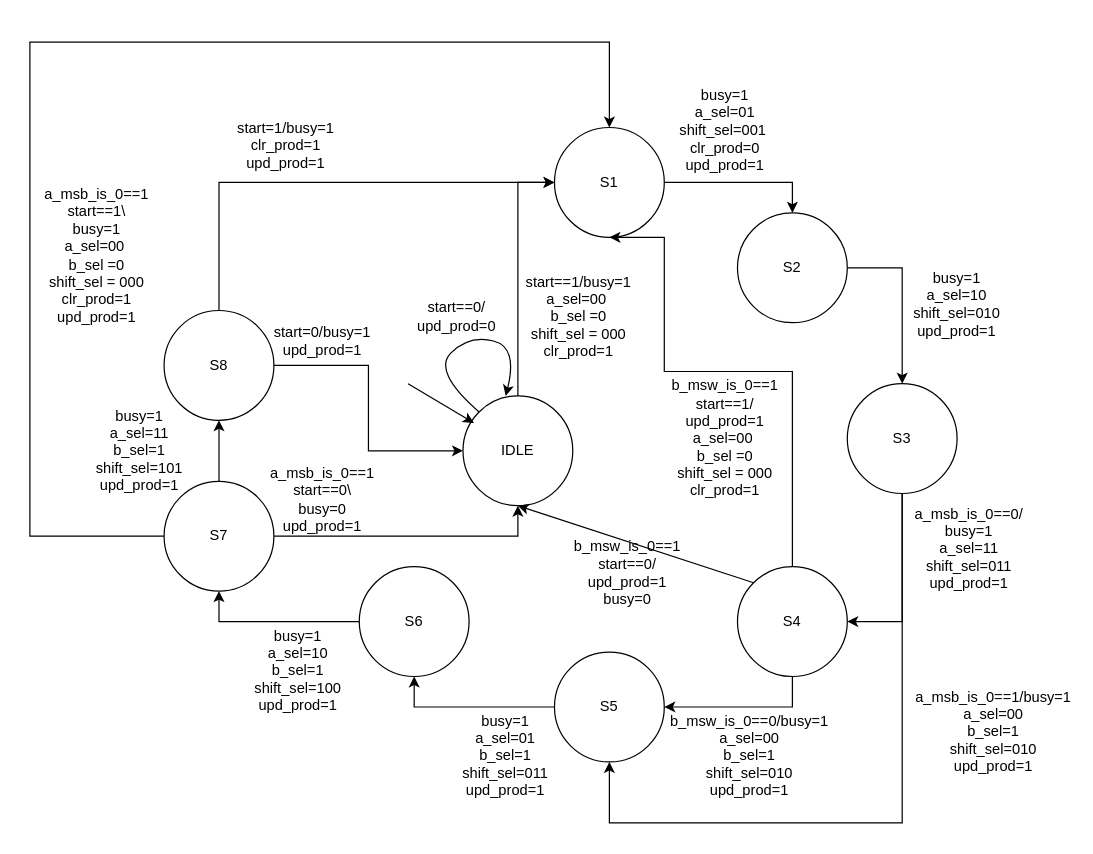
Before: page "Copy of Page-1" (2 of 2) of Untitled Diagram.drawio in lioriky6/lioriky6, a draw.io diagram. Source tidied: cells renumbered, new cells numbered last; positions are measured from the earlier drawing's top-left corner, leaving out a move shared by most shapes. Both pictures are drawn from the tidied source at 122%, with x=0, y=0 at pixel (29, 41).
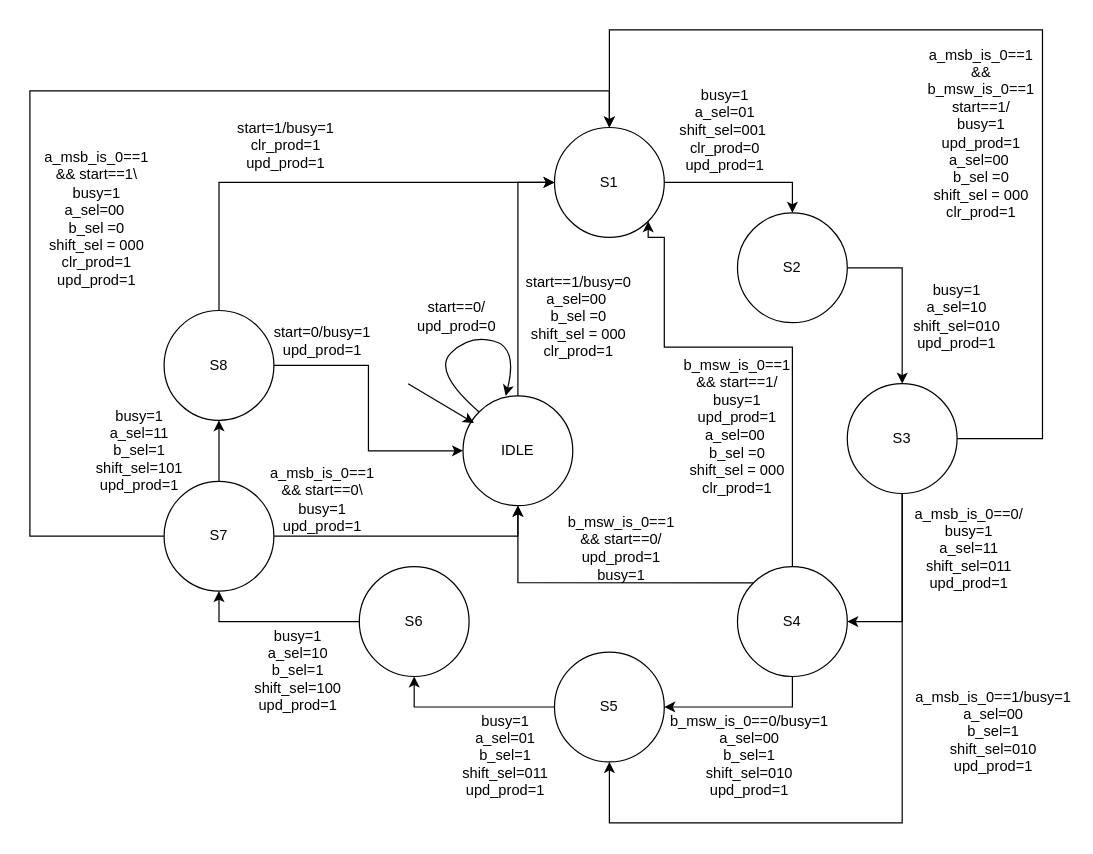
The same page after the edit.

The change refers to these unchanged cells:
```xml
<mxCell id="3" value="IDLE" style="ellipse;whiteSpace=wrap;html=1;" parent="1" vertex="1">
  <mxGeometry x="355" y="290" width="90" height="90" as="geometry" />
</mxCell>
<mxCell id="5" value="S1" style="ellipse;whiteSpace=wrap;html=1;" parent="1" vertex="1">
  <mxGeometry x="430" y="70" width="90" height="90" as="geometry" />
</mxCell>
<mxCell id="14" value="S4" style="ellipse;whiteSpace=wrap;html=1;" parent="1" vertex="1">
  <mxGeometry x="580" y="430" width="90" height="90" as="geometry" />
</mxCell>
<mxCell id="21" value="S7" style="ellipse;whiteSpace=wrap;html=1;" parent="1" vertex="1">
  <mxGeometry x="110" y="360" width="90" height="90" as="geometry" />
</mxCell>
<mxCell id="24" value="S3" style="ellipse;whiteSpace=wrap;html=1;" parent="1" vertex="1">
  <mxGeometry x="670" y="280" width="90" height="90" as="geometry" />
</mxCell>
```

Diff of the diagram source:
```diff
@@
-    <mxCell id="13" style="edgeStyle=orthogonalEdgeStyle;rounded=0;jettySize=auto;html=1;exitX=0.5;exitY=0;exitDx=0;exitDy=0;entryX=0.5;entryY=1;entryDx=0;entryDy=0;" parent="1" edge="1" source="14" target="5">
+    <mxCell id="13" style="edgeStyle=orthogonalEdgeStyle;rounded=0;jettySize=auto;html=1;exitX=0.5;exitY=0;exitDx=0;exitDy=0;entryX=1;entryY=1;entryDx=0;entryDy=0;" parent="1" edge="1" source="14" target="5">
       <mxGeometry relative="1" as="geometry">
         <Array as="points">
-          <mxPoint x="625" y="270" />
-          <mxPoint x="520" y="270" />
+          <mxPoint x="625" y="250" />
+          <mxPoint x="520" y="250" />
           <mxPoint x="520" y="160" />
+          <mxPoint x="507" y="160" />
         </Array>
       </mxGeometry>
     </mxCell>
@@
     <mxCell id="20" style="edgeStyle=orthogonalEdgeStyle;rounded=0;jettySize=auto;html=1;exitX=0;exitY=0.5;exitDx=0;exitDy=0;entryX=0.5;entryY=0;entryDx=0;entryDy=0;" parent="1" edge="1" source="21" target="5">
       <mxGeometry relative="1" as="geometry">
         <Array as="points">
           <mxPoint y="405" />
-          <mxPoint />
-          <mxPoint x="475" />
+          <mxPoint y="40" />
+          <mxPoint x="475" y="40" />
         </Array>
       </mxGeometry>
     </mxCell>
@@
+    <mxCell id="44" style="edgeStyle=orthogonalEdgeStyle;rounded=0;jettySize=auto;html=1;entryX=0.5;entryY=0;entryDx=0;entryDy=0;exitX=1;exitY=0.5;exitDx=0;exitDy=0;" parent="1" edge="1" source="24" target="5">
+      <mxGeometry relative="1" as="geometry">
+        <Array as="points">
+          <mxPoint x="830" y="325" />
+          <mxPoint x="830" y="-10" />
+          <mxPoint x="475" y="-10" />
+        </Array>
+      </mxGeometry>
+    </mxCell>
@@
-    <mxCell id="27" value="start==1/busy=1&lt;div&gt;a_sel=00&amp;nbsp;&lt;/div&gt;&lt;div&gt;&lt;span style=&quot;background-color: transparent; color: light-dark(rgb(0, 0, 0), rgb(255, 255, 255));&quot;&gt;b_sel =0&lt;/span&gt;&lt;/div&gt;&lt;div&gt;shift_sel = 000&lt;/div&gt;&lt;div&gt;clr_prod=1&lt;/div&gt;" style="text;html=1;align=center;verticalAlign=middle;whiteSpace=wrap;rounded=0;" parent="1" vertex="1">
+    <mxCell id="27" value="start==1/busy=0&lt;div&gt;a_sel=00&amp;nbsp;&lt;/div&gt;&lt;div&gt;&lt;span style=&quot;background-color: transparent; color: light-dark(rgb(0, 0, 0), rgb(255, 255, 255));&quot;&gt;b_sel =0&lt;/span&gt;&lt;/div&gt;&lt;div&gt;shift_sel = 000&lt;/div&gt;&lt;div&gt;clr_prod=1&lt;/div&gt;" style="text;html=1;align=center;verticalAlign=middle;whiteSpace=wrap;rounded=0;" parent="1" vertex="1">
       <mxGeometry x="395" y="210" width="110" height="30" as="geometry" />
     </mxCell>
@@
     <mxCell id="29" value="&lt;div&gt;busy=1&lt;/div&gt;&lt;div&gt;a_sel=10&lt;/div&gt;&lt;div&gt;shift_sel=010&lt;/div&gt;&lt;div&gt;upd_prod=1&lt;/div&gt;" style="text;html=1;align=center;verticalAlign=middle;whiteSpace=wrap;rounded=0;" parent="1" vertex="1">
-      <mxGeometry x="730" y="200" width="60" height="30" as="geometry" />
+      <mxGeometry x="730" y="210" width="60" height="30" as="geometry" />
     </mxCell>
@@
     <mxCell id="37" style="endArrow=classic;html=1;rounded=0;exitX=0;exitY=0;exitDx=0;exitDy=0;entryX=0.5;entryY=1;entryDx=0;entryDy=0;" parent="1" edge="1" source="14" target="3">
-      <mxGeometry relative="1" as="geometry" />
+      <mxGeometry relative="1" as="geometry">
+        <Array as="points">
+          <mxPoint x="400" y="443" />
+        </Array>
+      </mxGeometry>
     </mxCell>
-    <mxCell id="38" value="b_msw_is_0==1 start==0/&lt;div&gt;upd_prod=1&lt;/div&gt;&lt;div&gt;busy=0&lt;/div&gt;" style="text;html=1;align=center;verticalAlign=middle;whiteSpace=wrap;rounded=0;" parent="1" vertex="1">
-      <mxGeometry x="460" y="420" width="60" height="30" as="geometry" />
+    <mxCell id="38" value="b_msw_is_0==1 &amp;amp;&amp;amp; start==0/&lt;div&gt;upd_prod=1&lt;/div&gt;&lt;div&gt;busy=1&lt;/div&gt;" style="text;html=1;align=center;verticalAlign=middle;whiteSpace=wrap;rounded=0;" parent="1" vertex="1">
+      <mxGeometry x="450" y="400" width="70" height="30" as="geometry" />
     </mxCell>
-    <mxCell id="39" value="b_msw_is_0==1 start==1/&lt;div&gt;upd_prod=1&lt;/div&gt;&lt;div&gt;&lt;div&gt;a_sel=00&amp;nbsp;&lt;/div&gt;&lt;div&gt;&lt;span style=&quot;background-color: transparent; color: light-dark(rgb(0, 0, 0), rgb(255, 255, 255));&quot;&gt;b_sel =0&lt;/span&gt;&lt;/div&gt;&lt;div&gt;shift_sel = 000&lt;/div&gt;&lt;div&gt;clr_prod=1&lt;/div&gt;&lt;/div&gt;" style="text;html=1;align=center;verticalAlign=middle;whiteSpace=wrap;rounded=0;" parent="1" vertex="1">
-      <mxGeometry x="540" y="310" width="60" height="30" as="geometry" />
+    <mxCell id="39" value="b_msw_is_0==1 &amp;amp;&amp;amp; start==1/&lt;div&gt;busy=1&lt;br&gt;&lt;div&gt;upd_prod=1&lt;/div&gt;&lt;div&gt;&lt;div&gt;a_sel=00&amp;nbsp;&lt;/div&gt;&lt;div&gt;&lt;span style=&quot;background-color: transparent; color: light-dark(rgb(0, 0, 0), rgb(255, 255, 255));&quot;&gt;b_sel =0&lt;/span&gt;&lt;/div&gt;&lt;div&gt;shift_sel = 000&lt;/div&gt;&lt;div&gt;clr_prod=1&lt;/div&gt;&lt;/div&gt;&lt;/div&gt;" style="text;html=1;align=center;verticalAlign=middle;whiteSpace=wrap;rounded=0;" parent="1" vertex="1">
+      <mxGeometry x="540" y="300" width="80" height="30" as="geometry" />
     </mxCell>
@@
-    <mxCell id="41" value="a_msb_is_0==1&lt;div&gt;start==0\&lt;div&gt;busy=0&lt;/div&gt;&lt;div&gt;upd_prod=1&lt;/div&gt;&lt;/div&gt;" style="text;html=1;align=center;verticalAlign=middle;whiteSpace=wrap;rounded=0;" parent="1" vertex="1">
-      <mxGeometry x="210" y="360" width="60" height="30" as="geometry" />
+    <mxCell id="41" value="a_msb_is_0==1&lt;div&gt;&amp;amp;&amp;amp; start==0\&lt;div&gt;busy=1&lt;/div&gt;&lt;div&gt;upd_prod=1&lt;/div&gt;&lt;/div&gt;" style="text;html=1;align=center;verticalAlign=middle;whiteSpace=wrap;rounded=0;" parent="1" vertex="1">
+      <mxGeometry x="200" y="360" width="80" height="30" as="geometry" />
     </mxCell>
-    <mxCell id="42" value="a_msb_is_0==1&lt;div&gt;start==1\&lt;div&gt;busy=1&lt;div&gt;a_sel=00&amp;nbsp;&lt;/div&gt;&lt;div&gt;&lt;span style=&quot;background-color: transparent; color: light-dark(rgb(0, 0, 0), rgb(255, 255, 255));&quot;&gt;b_sel =0&lt;/span&gt;&lt;/div&gt;&lt;div&gt;shift_sel = 000&lt;/div&gt;&lt;div&gt;clr_prod=1&lt;/div&gt;&lt;/div&gt;&lt;/div&gt;&lt;div&gt;upd_prod=1&lt;/div&gt;" style="text;html=1;align=center;verticalAlign=middle;whiteSpace=wrap;rounded=0;" parent="1" vertex="1">
-      <mxGeometry x="20" y="160" width="70" height="30" as="geometry" />
+    <mxCell id="42" value="a_msb_is_0==1&lt;div&gt;&amp;amp;&amp;amp; start==1\&lt;div&gt;busy=1&lt;div&gt;a_sel=00&amp;nbsp;&lt;/div&gt;&lt;div&gt;&lt;span style=&quot;background-color: transparent; color: light-dark(rgb(0, 0, 0), rgb(255, 255, 255));&quot;&gt;b_sel =0&lt;/span&gt;&lt;/div&gt;&lt;div&gt;shift_sel = 000&lt;/div&gt;&lt;div&gt;clr_prod=1&lt;/div&gt;&lt;/div&gt;&lt;/div&gt;&lt;div&gt;upd_prod=1&lt;/div&gt;" style="text;html=1;align=center;verticalAlign=middle;whiteSpace=wrap;rounded=0;" parent="1" vertex="1">
+      <mxGeometry x="20" y="130" width="70" height="30" as="geometry" />
     </mxCell>
@@
+    <mxCell id="45" style="edgeStyle=orthogonalEdgeStyle;rounded=0;orthogonalLoop=1;jettySize=auto;html=1;exitX=0.5;exitY=1;exitDx=0;exitDy=0;" parent="1" edge="1" source="39" target="39">
+      <mxGeometry relative="1" as="geometry" />
+    </mxCell>
+    <mxCell id="46" value="&lt;div&gt;a_msb_is_0==1 &amp;amp;&amp;amp;&lt;/div&gt;b_msw_is_0==1 start==1/&lt;div&gt;busy=1&lt;br&gt;&lt;div&gt;upd_prod=1&lt;/div&gt;&lt;div&gt;&lt;div&gt;a_sel=00&amp;nbsp;&lt;/div&gt;&lt;div&gt;&lt;span style=&quot;background-color: transparent; color: light-dark(rgb(0, 0, 0), rgb(255, 255, 255));&quot;&gt;b_sel =0&lt;/span&gt;&lt;/div&gt;&lt;div&gt;shift_sel = 000&lt;/div&gt;&lt;div&gt;clr_prod=1&lt;/div&gt;&lt;/div&gt;&lt;/div&gt;" style="text;html=1;align=center;verticalAlign=middle;whiteSpace=wrap;rounded=0;" parent="1" vertex="1">
+      <mxGeometry x="750" y="60" width="60" height="30" as="geometry" />
+    </mxCell>
```
